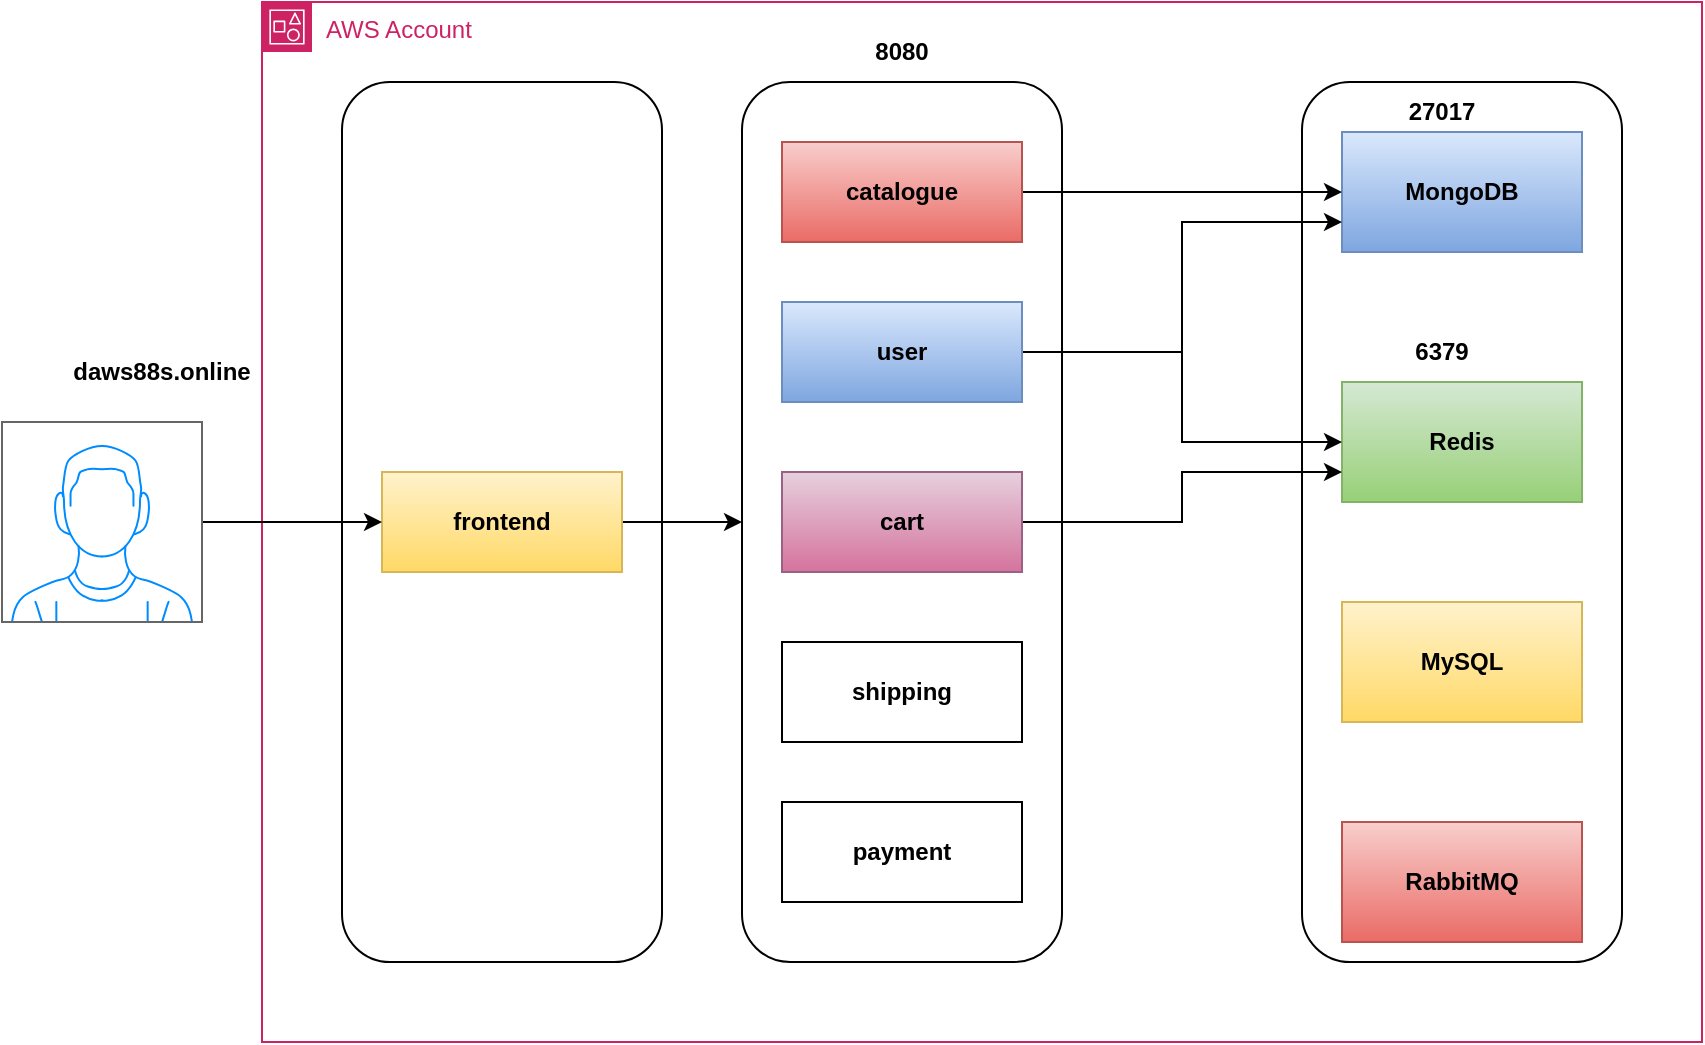
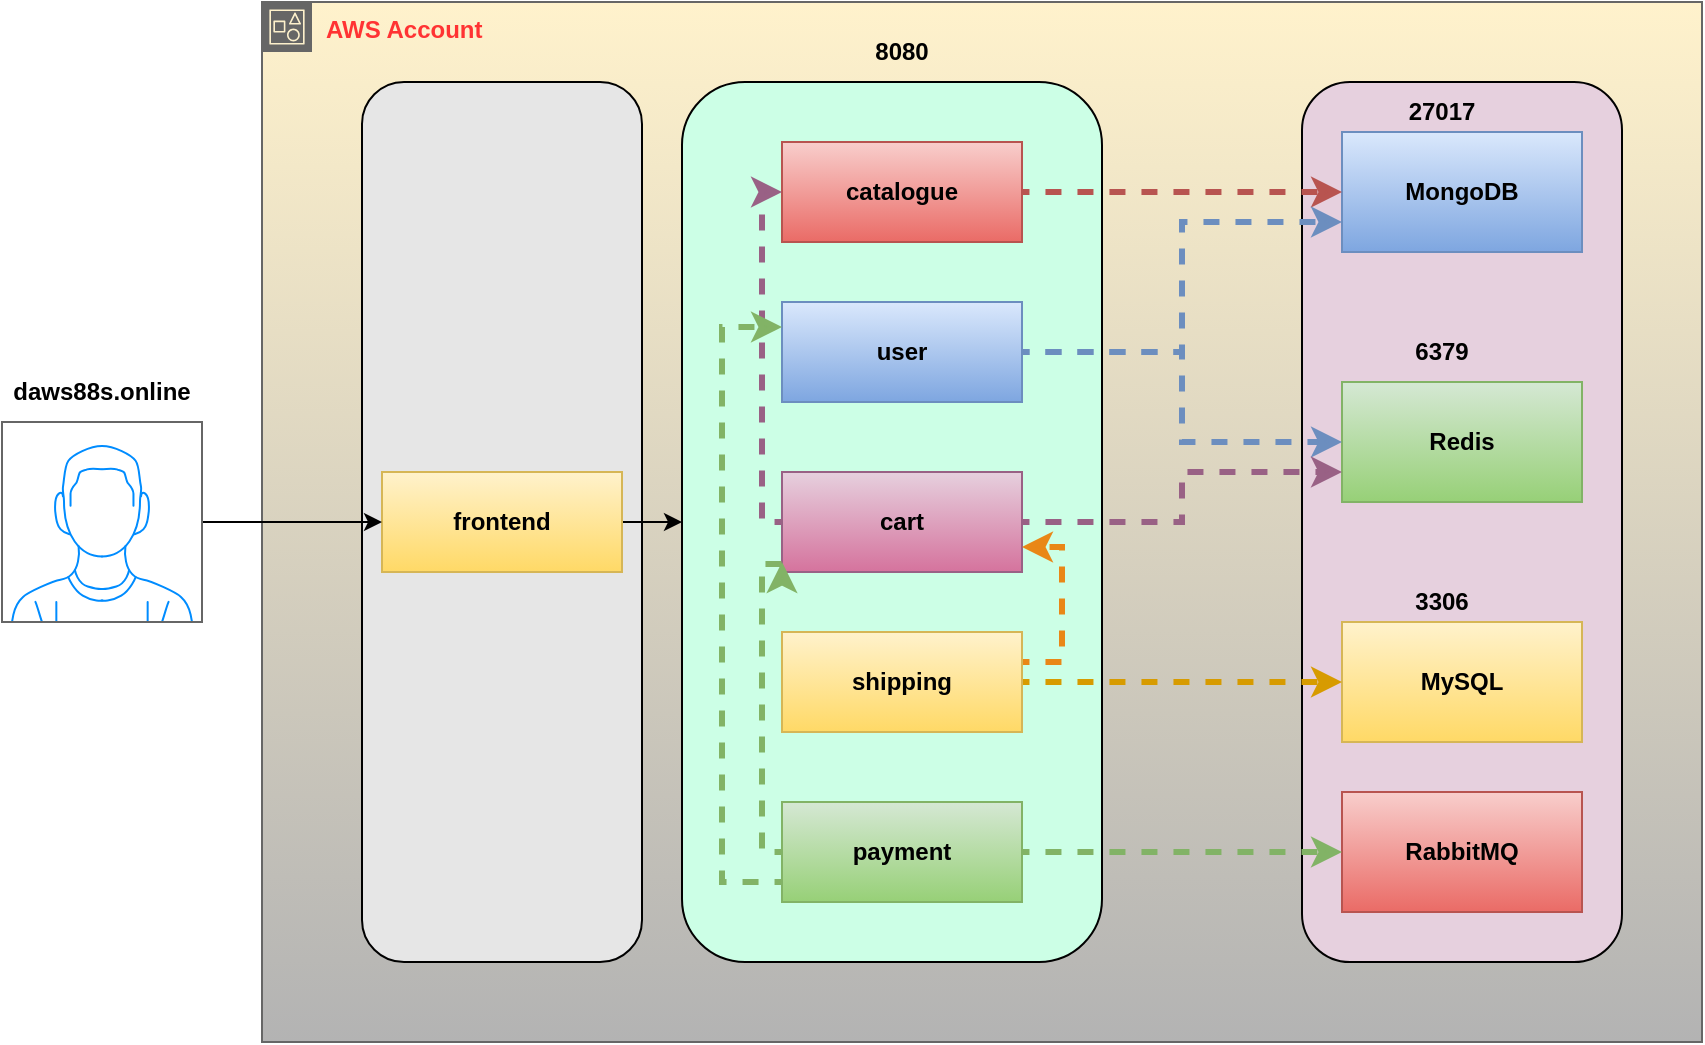
<mxfile host="app.diagrams.net">
  <diagram name="Page-1" id="Q6cz7BkPUwo_-6Wd6KmI">
    <mxGraphModel dx="1880" dy="561" grid="1" gridSize="10" guides="1" tooltips="1" connect="1" arrows="1" fold="1" page="1" pageScale="1" pageWidth="850" pageHeight="1100" math="0" shadow="0">
      <root>
        <mxCell id="0" />
        <mxCell id="1" parent="0" />
-         <mxCell id="yFfX2jkDVjn8zwZhOsyz-1" parent="1" style="points=[[0,0],[0.25,0],[0.5,0],[0.75,0],[1,0],[1,0.25],[1,0.5],[1,0.75],[1,1],[0.75,1],[0.5,1],[0.25,1],[0,1],[0,0.75],[0,0.5],[0,0.25]];outlineConnect=0;gradientColor=none;html=1;whiteSpace=wrap;fontSize=12;fontStyle=0;container=1;pointerEvents=0;collapsible=0;recursiveResize=0;shape=mxgraph.aws4.group;grIcon=mxgraph.aws4.group_account;strokeColor=#CD2264;fillColor=none;verticalAlign=top;align=left;spacingLeft=30;fontColor=#CD2264;dashed=0;" value="AWS Account" vertex="1">
+         <mxCell id="yFfX2jkDVjn8zwZhOsyz-1" parent="1" style="points=[[0,0],[0.25,0],[0.5,0],[0.75,0],[1,0],[1,0.25],[1,0.5],[1,0.75],[1,1],[0.75,1],[0.5,1],[0.25,1],[0,1],[0,0.75],[0,0.5],[0,0.25]];outlineConnect=0;gradientColor=#b3b3b3;html=1;whiteSpace=wrap;fontSize=12;fontStyle=0;container=1;pointerEvents=0;collapsible=0;recursiveResize=0;shape=mxgraph.aws4.group;grIcon=mxgraph.aws4.group_account;strokeColor=#666666;fillColor=#FFF2CC;verticalAlign=top;align=left;spacingLeft=30;dashed=0;" value="&lt;b&gt;&lt;font style=&quot;color: rgb(255, 51, 51);&quot;&gt;AWS &lt;font style=&quot;color: rgb(255, 51, 51);&quot;&gt;Account&lt;/font&gt;&lt;/font&gt;&lt;/b&gt;" vertex="1">
          <mxGeometry height="520" width="720" x="80" y="40" as="geometry" />
        </mxCell>
-         <mxCell id="raT2pW5ffItR5NzOQVXY-1" parent="yFfX2jkDVjn8zwZhOsyz-1" style="rounded=1;whiteSpace=wrap;html=1;" value="" vertex="1">
+         <mxCell id="raT2pW5ffItR5NzOQVXY-1" parent="yFfX2jkDVjn8zwZhOsyz-1" style="rounded=1;whiteSpace=wrap;html=1;fillColor=#E6D0DE;" value="" vertex="1">
          <mxGeometry height="440" width="160" x="520" y="40" as="geometry" />
        </mxCell>
        <mxCell id="raT2pW5ffItR5NzOQVXY-2" parent="yFfX2jkDVjn8zwZhOsyz-1" style="rounded=0;whiteSpace=wrap;html=1;fillColor=#dae8fc;gradientColor=#7ea6e0;strokeColor=#6c8ebf;" value="&lt;b&gt;MongoDB&lt;/b&gt;" vertex="1">
          <mxGeometry height="60" width="120" x="540" y="65" as="geometry" />
        </mxCell>
        <mxCell id="raT2pW5ffItR5NzOQVXY-3" parent="yFfX2jkDVjn8zwZhOsyz-1" style="rounded=0;whiteSpace=wrap;html=1;fillColor=#d5e8d4;gradientColor=#97d077;strokeColor=#82b366;" value="&lt;b&gt;Redis&lt;/b&gt;" vertex="1">
          <mxGeometry height="60" width="120" x="540" y="190" as="geometry" />
        </mxCell>
        <mxCell id="raT2pW5ffItR5NzOQVXY-4" parent="yFfX2jkDVjn8zwZhOsyz-1" style="rounded=0;whiteSpace=wrap;html=1;fillColor=#fff2cc;gradientColor=#ffd966;strokeColor=#d6b656;" value="&lt;b&gt;MySQL&lt;/b&gt;" vertex="1">
-           <mxGeometry height="60" width="120" x="540" y="300" as="geometry" />
+           <mxGeometry height="60" width="120" x="540" y="310" as="geometry" />
        </mxCell>
        <mxCell id="raT2pW5ffItR5NzOQVXY-5" parent="yFfX2jkDVjn8zwZhOsyz-1" style="rounded=0;whiteSpace=wrap;html=1;fillColor=#f8cecc;gradientColor=#ea6b66;strokeColor=#b85450;" value="&lt;b&gt;RabbitMQ&lt;/b&gt;" vertex="1">
-           <mxGeometry height="60" width="120" x="540" y="410" as="geometry" />
+           <mxGeometry height="60" width="120" x="540" y="395" as="geometry" />
        </mxCell>
-         <mxCell id="raT2pW5ffItR5NzOQVXY-6" parent="yFfX2jkDVjn8zwZhOsyz-1" style="rounded=1;whiteSpace=wrap;html=1;" value="" vertex="1">
-           <mxGeometry height="440" width="160" x="240" y="40" as="geometry" />
+         <mxCell id="raT2pW5ffItR5NzOQVXY-6" parent="yFfX2jkDVjn8zwZhOsyz-1" style="rounded=1;whiteSpace=wrap;html=1;fillColor=#CCFFE6;" value="" vertex="1">
+           <mxGeometry height="440" width="210" x="210" y="40" as="geometry" />
        </mxCell>
-         <mxCell id="raT2pW5ffItR5NzOQVXY-14" edge="1" parent="yFfX2jkDVjn8zwZhOsyz-1" source="raT2pW5ffItR5NzOQVXY-7" style="edgeStyle=orthogonalEdgeStyle;rounded=0;orthogonalLoop=1;jettySize=auto;html=1;" target="raT2pW5ffItR5NzOQVXY-2">
+         <mxCell id="raT2pW5ffItR5NzOQVXY-14" edge="1" parent="yFfX2jkDVjn8zwZhOsyz-1" source="raT2pW5ffItR5NzOQVXY-7" style="edgeStyle=orthogonalEdgeStyle;rounded=0;orthogonalLoop=1;jettySize=auto;html=1;fillColor=#f8cecc;gradientColor=#ea6b66;strokeColor=#b85450;strokeWidth=3;flowAnimation=1;" target="raT2pW5ffItR5NzOQVXY-2">
          <mxGeometry relative="1" as="geometry" />
        </mxCell>
        <mxCell id="raT2pW5ffItR5NzOQVXY-7" parent="yFfX2jkDVjn8zwZhOsyz-1" style="rounded=0;whiteSpace=wrap;html=1;fillColor=#f8cecc;gradientColor=#ea6b66;strokeColor=#b85450;" value="&lt;b&gt;catalogue&lt;/b&gt;" vertex="1">
          <mxGeometry height="50" width="120" x="260" y="70" as="geometry" />
        </mxCell>
-         <mxCell id="raT2pW5ffItR5NzOQVXY-19" edge="1" parent="yFfX2jkDVjn8zwZhOsyz-1" source="raT2pW5ffItR5NzOQVXY-8" style="edgeStyle=orthogonalEdgeStyle;rounded=0;orthogonalLoop=1;jettySize=auto;html=1;entryX=0;entryY=0.5;entryDx=0;entryDy=0;" target="raT2pW5ffItR5NzOQVXY-3">
+         <mxCell id="raT2pW5ffItR5NzOQVXY-19" edge="1" parent="yFfX2jkDVjn8zwZhOsyz-1" source="raT2pW5ffItR5NzOQVXY-8" style="edgeStyle=orthogonalEdgeStyle;rounded=0;orthogonalLoop=1;jettySize=auto;html=1;entryX=0;entryY=0.5;entryDx=0;entryDy=0;fillColor=#dae8fc;gradientColor=#7ea6e0;strokeColor=#6c8ebf;strokeWidth=3;flowAnimation=1;" target="raT2pW5ffItR5NzOQVXY-3">
          <mxGeometry relative="1" as="geometry" />
        </mxCell>
-         <mxCell id="raT2pW5ffItR5NzOQVXY-23" edge="1" parent="yFfX2jkDVjn8zwZhOsyz-1" source="raT2pW5ffItR5NzOQVXY-8" style="edgeStyle=orthogonalEdgeStyle;rounded=0;orthogonalLoop=1;jettySize=auto;html=1;entryX=0;entryY=0.75;entryDx=0;entryDy=0;" target="raT2pW5ffItR5NzOQVXY-2">
+         <mxCell id="raT2pW5ffItR5NzOQVXY-23" edge="1" parent="yFfX2jkDVjn8zwZhOsyz-1" source="raT2pW5ffItR5NzOQVXY-8" style="edgeStyle=orthogonalEdgeStyle;rounded=0;orthogonalLoop=1;jettySize=auto;html=1;entryX=0;entryY=0.75;entryDx=0;entryDy=0;fillColor=#dae8fc;gradientColor=#7ea6e0;strokeColor=#6c8ebf;strokeWidth=3;flowAnimation=1;" target="raT2pW5ffItR5NzOQVXY-2">
          <mxGeometry relative="1" as="geometry" />
        </mxCell>
        <mxCell id="raT2pW5ffItR5NzOQVXY-8" parent="yFfX2jkDVjn8zwZhOsyz-1" style="rounded=0;whiteSpace=wrap;html=1;fillColor=#dae8fc;gradientColor=#7ea6e0;strokeColor=#6c8ebf;" value="&lt;b&gt;user&lt;/b&gt;" vertex="1">
          <mxGeometry height="50" width="120" x="260" y="150" as="geometry" />
        </mxCell>
-         <mxCell id="raT2pW5ffItR5NzOQVXY-24" edge="1" parent="yFfX2jkDVjn8zwZhOsyz-1" source="raT2pW5ffItR5NzOQVXY-9" style="edgeStyle=orthogonalEdgeStyle;rounded=0;orthogonalLoop=1;jettySize=auto;html=1;entryX=0;entryY=0.75;entryDx=0;entryDy=0;" target="raT2pW5ffItR5NzOQVXY-3">
+         <mxCell id="raT2pW5ffItR5NzOQVXY-24" edge="1" parent="yFfX2jkDVjn8zwZhOsyz-1" source="raT2pW5ffItR5NzOQVXY-9" style="edgeStyle=orthogonalEdgeStyle;rounded=0;orthogonalLoop=1;jettySize=auto;html=1;entryX=0;entryY=0.75;entryDx=0;entryDy=0;fillColor=#e6d0de;gradientColor=#d5739d;strokeColor=#996185;strokeWidth=3;flowAnimation=1;" target="raT2pW5ffItR5NzOQVXY-3">
          <mxGeometry relative="1" as="geometry" />
+         </mxCell>
+         <mxCell id="Q5M9xrs1RHS0-LPp_XfU-4" edge="1" parent="yFfX2jkDVjn8zwZhOsyz-1" source="raT2pW5ffItR5NzOQVXY-9" style="edgeStyle=orthogonalEdgeStyle;rounded=0;orthogonalLoop=1;jettySize=auto;html=1;entryX=0;entryY=0.5;entryDx=0;entryDy=0;fillColor=#e6d0de;gradientColor=#d5739d;strokeColor=#996185;strokeWidth=3;flowAnimation=1;" target="raT2pW5ffItR5NzOQVXY-7">
+           <mxGeometry relative="1" as="geometry">
+             <Array as="points">
+               <mxPoint x="250" y="260" />
+               <mxPoint x="250" y="95" />
+             </Array>
+           </mxGeometry>
        </mxCell>
        <mxCell id="raT2pW5ffItR5NzOQVXY-9" parent="yFfX2jkDVjn8zwZhOsyz-1" style="rounded=0;whiteSpace=wrap;html=1;fillColor=#e6d0de;gradientColor=#d5739d;strokeColor=#996185;" value="&lt;b&gt;cart&lt;/b&gt;" vertex="1">
          <mxGeometry height="50" width="120" x="260" y="235" as="geometry" />
        </mxCell>
-         <mxCell id="raT2pW5ffItR5NzOQVXY-10" parent="yFfX2jkDVjn8zwZhOsyz-1" style="rounded=0;whiteSpace=wrap;html=1;" value="&lt;b&gt;shipping&lt;/b&gt;" vertex="1">
-           <mxGeometry height="50" width="120" x="260" y="320" as="geometry" />
+         <mxCell id="Q5M9xrs1RHS0-LPp_XfU-1" edge="1" parent="yFfX2jkDVjn8zwZhOsyz-1" source="raT2pW5ffItR5NzOQVXY-10" style="edgeStyle=orthogonalEdgeStyle;rounded=0;orthogonalLoop=1;jettySize=auto;html=1;fillColor=#ffcd28;gradientColor=#ffa500;strokeColor=#d79b00;strokeWidth=3;flowAnimation=1;" target="raT2pW5ffItR5NzOQVXY-4">
+           <mxGeometry relative="1" as="geometry" />
        </mxCell>
-         <mxCell id="raT2pW5ffItR5NzOQVXY-11" parent="yFfX2jkDVjn8zwZhOsyz-1" style="rounded=0;whiteSpace=wrap;html=1;" value="&lt;b&gt;payment&lt;/b&gt;" vertex="1">
+         <mxCell id="Q5M9xrs1RHS0-LPp_XfU-6" edge="1" parent="yFfX2jkDVjn8zwZhOsyz-1" source="raT2pW5ffItR5NzOQVXY-10" style="edgeStyle=orthogonalEdgeStyle;rounded=0;orthogonalLoop=1;jettySize=auto;html=1;entryX=1;entryY=0.75;entryDx=0;entryDy=0;strokeColor=light-dark(#e98716, #ededed);strokeWidth=3;flowAnimation=1;" target="raT2pW5ffItR5NzOQVXY-9">
+           <mxGeometry relative="1" as="geometry">
+             <Array as="points">
+               <mxPoint x="400" y="330" />
+               <mxPoint x="400" y="273" />
+             </Array>
+           </mxGeometry>
+         </mxCell>
+         <mxCell id="raT2pW5ffItR5NzOQVXY-10" parent="yFfX2jkDVjn8zwZhOsyz-1" style="rounded=0;whiteSpace=wrap;html=1;fillColor=#fff2cc;gradientColor=#ffd966;strokeColor=#d6b656;" value="&lt;b&gt;shipping&lt;/b&gt;" vertex="1">
+           <mxGeometry height="50" width="120" x="260" y="315" as="geometry" />
+         </mxCell>
+         <mxCell id="Q5M9xrs1RHS0-LPp_XfU-5" edge="1" parent="yFfX2jkDVjn8zwZhOsyz-1" source="raT2pW5ffItR5NzOQVXY-11" style="edgeStyle=orthogonalEdgeStyle;rounded=0;orthogonalLoop=1;jettySize=auto;html=1;fillColor=#d5e8d4;gradientColor=#97d077;strokeColor=#82b366;strokeWidth=3;flowAnimation=1;" target="raT2pW5ffItR5NzOQVXY-5">
+           <mxGeometry relative="1" as="geometry" />
+         </mxCell>
+         <mxCell id="Q5M9xrs1RHS0-LPp_XfU-8" edge="1" parent="yFfX2jkDVjn8zwZhOsyz-1" source="raT2pW5ffItR5NzOQVXY-11" style="edgeStyle=orthogonalEdgeStyle;rounded=0;orthogonalLoop=1;jettySize=auto;html=1;entryX=0;entryY=0.25;entryDx=0;entryDy=0;fillColor=#d5e8d4;gradientColor=#97d077;strokeColor=#82b366;strokeWidth=3;flowAnimation=1;" target="raT2pW5ffItR5NzOQVXY-8">
+           <mxGeometry relative="1" as="geometry">
+             <Array as="points">
+               <mxPoint x="230" y="440" />
+               <mxPoint x="230" y="163" />
+             </Array>
+           </mxGeometry>
+         </mxCell>
+         <mxCell id="raT2pW5ffItR5NzOQVXY-11" parent="yFfX2jkDVjn8zwZhOsyz-1" style="rounded=0;whiteSpace=wrap;html=1;fillColor=#d5e8d4;gradientColor=#97d077;strokeColor=#82b366;" value="&lt;b&gt;payment&lt;/b&gt;" vertex="1">
          <mxGeometry height="50" width="120" x="260" y="400" as="geometry" />
        </mxCell>
-         <mxCell id="raT2pW5ffItR5NzOQVXY-12" parent="yFfX2jkDVjn8zwZhOsyz-1" style="rounded=1;whiteSpace=wrap;html=1;" value="" vertex="1">
-           <mxGeometry height="440" width="160" x="40" y="40" as="geometry" />
+         <mxCell id="raT2pW5ffItR5NzOQVXY-12" parent="yFfX2jkDVjn8zwZhOsyz-1" style="rounded=1;whiteSpace=wrap;html=1;fillColor=#E6E6E6;" value="" vertex="1">
+           <mxGeometry height="440" width="140" x="50" y="40" as="geometry" />
        </mxCell>
        <mxCell id="raT2pW5ffItR5NzOQVXY-17" edge="1" parent="yFfX2jkDVjn8zwZhOsyz-1" source="raT2pW5ffItR5NzOQVXY-13" style="edgeStyle=orthogonalEdgeStyle;rounded=0;orthogonalLoop=1;jettySize=auto;html=1;entryX=0;entryY=0.5;entryDx=0;entryDy=0;" target="raT2pW5ffItR5NzOQVXY-6">
          <mxGeometry relative="1" as="geometry" />
        </mxCell>
        <mxCell id="raT2pW5ffItR5NzOQVXY-13" parent="yFfX2jkDVjn8zwZhOsyz-1" style="rounded=0;whiteSpace=wrap;html=1;fillColor=#fff2cc;gradientColor=#ffd966;strokeColor=#d6b656;" value="&lt;b&gt;frontend&lt;/b&gt;" vertex="1">
          <mxGeometry height="50" width="120" x="60" y="235" as="geometry" />
        </mxCell>
        <mxCell id="raT2pW5ffItR5NzOQVXY-15" parent="yFfX2jkDVjn8zwZhOsyz-1" style="text;html=1;whiteSpace=wrap;strokeColor=none;fillColor=none;align=center;verticalAlign=middle;rounded=0;" value="&lt;b&gt;27017&lt;/b&gt;" vertex="1">
          <mxGeometry height="30" width="60" x="560" y="40" as="geometry" />
        </mxCell>
        <mxCell id="raT2pW5ffItR5NzOQVXY-18" parent="yFfX2jkDVjn8zwZhOsyz-1" style="text;html=1;whiteSpace=wrap;strokeColor=none;fillColor=none;align=center;verticalAlign=middle;rounded=0;" value="&lt;b&gt;8080&lt;/b&gt;" vertex="1">
          <mxGeometry height="30" width="60" x="290" y="10" as="geometry" />
        </mxCell>
        <mxCell id="raT2pW5ffItR5NzOQVXY-21" parent="yFfX2jkDVjn8zwZhOsyz-1" style="text;html=1;whiteSpace=wrap;strokeColor=none;fillColor=none;align=center;verticalAlign=middle;rounded=0;" value="&lt;b&gt;6379&lt;/b&gt;" vertex="1">
          <mxGeometry height="30" width="60" x="560" y="160" as="geometry" />
        </mxCell>
+         <mxCell id="Q5M9xrs1RHS0-LPp_XfU-3" parent="yFfX2jkDVjn8zwZhOsyz-1" style="text;html=1;whiteSpace=wrap;strokeColor=none;fillColor=none;align=center;verticalAlign=middle;rounded=0;" value="&lt;b&gt;3306&lt;/b&gt;" vertex="1">
+           <mxGeometry height="30" width="60" x="560" y="285" as="geometry" />
+         </mxCell>
+         <mxCell id="Q5M9xrs1RHS0-LPp_XfU-7" edge="1" parent="yFfX2jkDVjn8zwZhOsyz-1" source="raT2pW5ffItR5NzOQVXY-11" style="edgeStyle=orthogonalEdgeStyle;rounded=0;orthogonalLoop=1;jettySize=auto;html=1;fillColor=#d5e8d4;gradientColor=#97d077;strokeColor=#82b366;strokeWidth=3;flowAnimation=1;">
+           <mxGeometry relative="1" as="geometry">
+             <Array as="points">
+               <mxPoint x="250" y="425" />
+               <mxPoint x="250" y="281" />
+             </Array>
+             <mxPoint x="260" y="280" as="targetPoint" />
+           </mxGeometry>
+         </mxCell>
        <mxCell id="raT2pW5ffItR5NzOQVXY-26" edge="1" parent="1" source="raT2pW5ffItR5NzOQVXY-25" style="edgeStyle=orthogonalEdgeStyle;rounded=0;orthogonalLoop=1;jettySize=auto;html=1;" target="raT2pW5ffItR5NzOQVXY-13">
          <mxGeometry relative="1" as="geometry" />
        </mxCell>
        <mxCell id="raT2pW5ffItR5NzOQVXY-25" parent="1" style="verticalLabelPosition=bottom;shadow=0;dashed=0;align=center;html=1;verticalAlign=top;strokeWidth=1;shape=mxgraph.mockup.containers.userMale;strokeColor=#666666;strokeColor2=#008cff;" value="" vertex="1">
          <mxGeometry height="100" width="100" x="-50" y="250" as="geometry" />
        </mxCell>
        <mxCell id="raT2pW5ffItR5NzOQVXY-27" parent="1" style="text;html=1;whiteSpace=wrap;strokeColor=none;fillColor=none;align=center;verticalAlign=middle;rounded=0;" value="&lt;b&gt;daws88s.online&lt;/b&gt;" vertex="1">
-           <mxGeometry height="30" width="60" y="210" as="geometry" />
+           <mxGeometry height="30" width="60" x="-30" y="220" as="geometry" />
        </mxCell>
      </root>
    </mxGraphModel>
  </diagram>
</mxfile>
